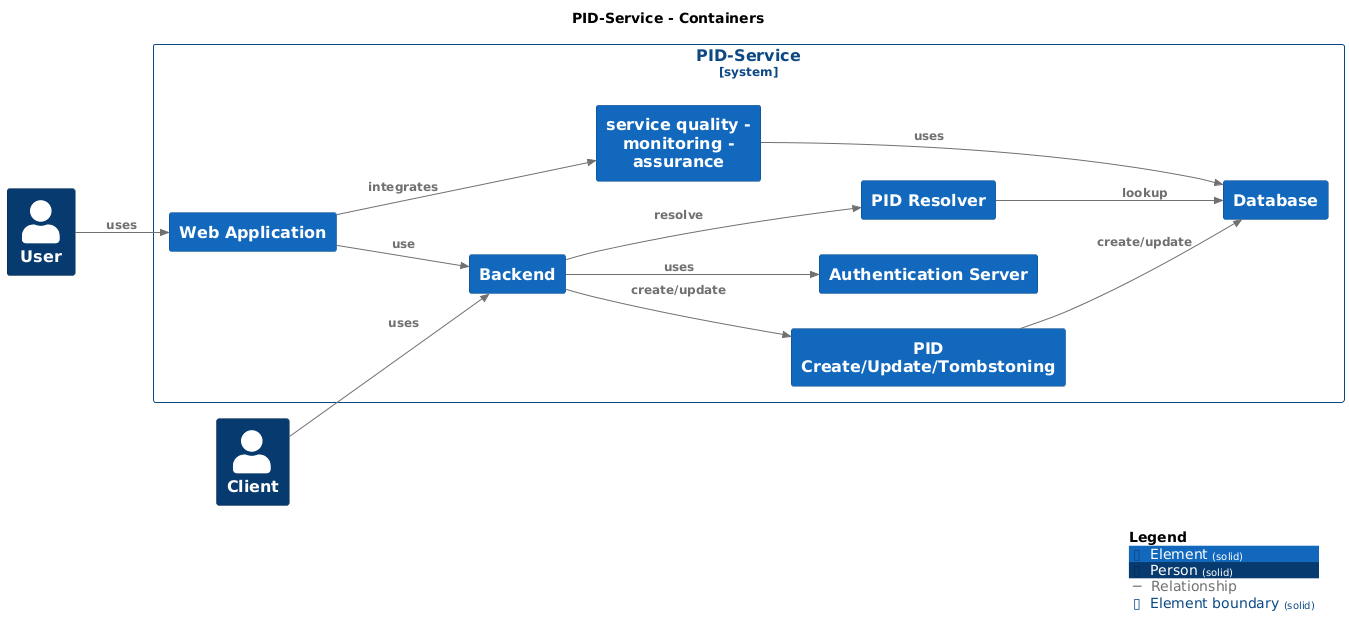
Before: master/png/Container-001.png, a diagram exported from PlantUML (bingert/PID-System-C4-Model).
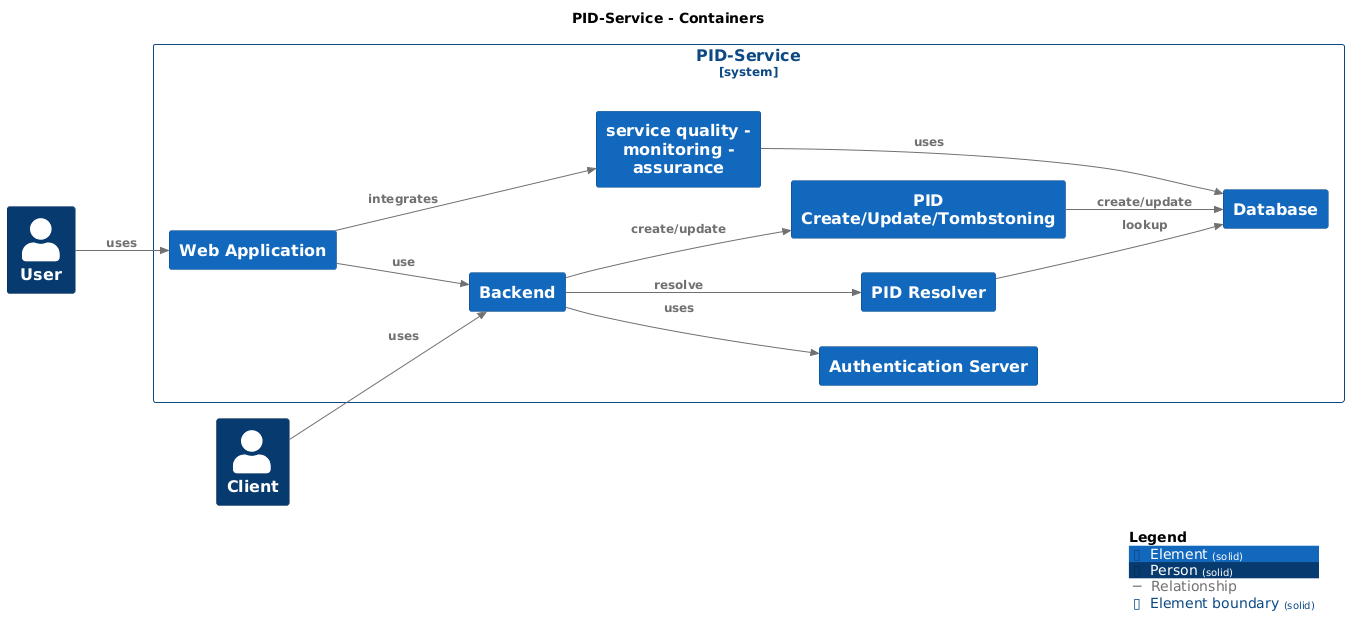
After the commit.

The edit, as a diff of the source:
```diff
@@ -19,13 +19,13 @@
 Person(Client, "Client", $descr="", $tags="Person", $link="")
 
 System_Boundary("PIDService_boundary", "PID-Service", $tags="Element") {
+  Container(PIDService.Database, "Database", $techn="", $descr="", $tags="Element", $link="")
+  Container(PIDService.Backend, "Backend", $techn="", $descr="", $tags="Element", $link="")
   Container(PIDService.AuthenticationServer, "Authentication Server", $techn="", $descr="", $tags="Element", $link="")
   Container(PIDService.PIDResolver, "PID Resolver", $techn="", $descr="", $tags="Element", $link="")
   Container(PIDService.PIDCreateUpdateTombstoning, "PID Create/Update/Tombstoning", $techn="", $descr="", $tags="Element", $link="")
   Container(PIDService.servicequalitymonitoringassurance, "service quality - monitoring - assurance", $techn="", $descr="", $tags="Element", $link="")
   Container(PIDService.WebApplication, "Web Application", $techn="", $descr="", $tags="Element", $link="")
-  Container(PIDService.Database, "Database", $techn="", $descr="", $tags="Element", $link="")
-  Container(PIDService.Backend, "Backend", $techn="", $descr="", $tags="Element", $link="")
 }
 
 Rel(PIDService.Backend, PIDService.PIDResolver, "resolve", $techn="", $tags="Relationship", $link="")
```
